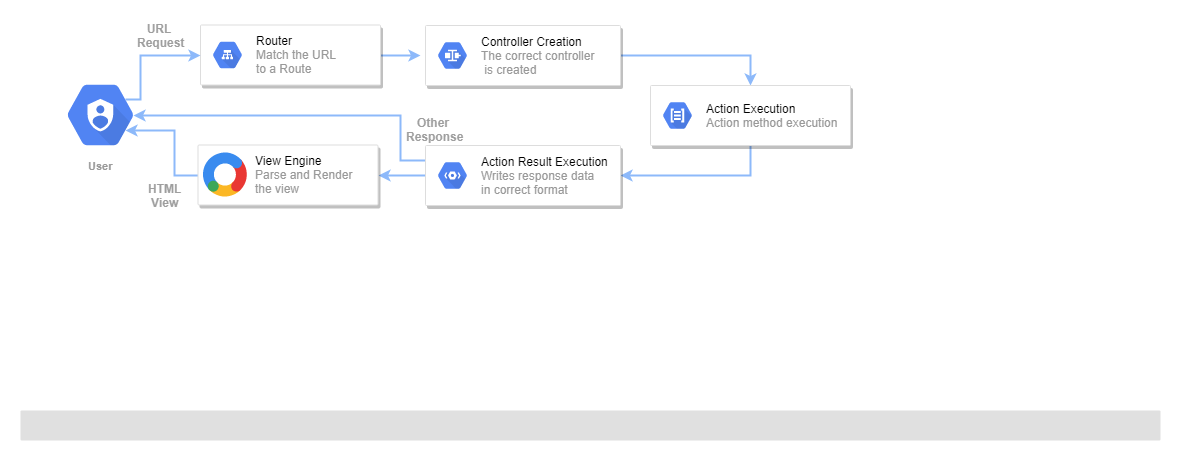
Earlier version of the draw.io export g5/Class 2/img/class21.png (sedc-codecademy/sedc7-08-aspnetmvc). Source tidied: cells renumbered, new cells last; positions are measured from the earlier drawing's top-left corner, leaving out a move shared by most shapes.
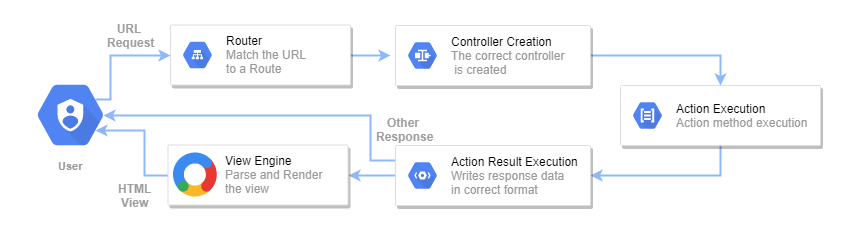
The same diagram one commit later.

The edit, as a diff of the source:
```diff
@@ -2,9 +2,6 @@
   <root>
     <mxCell id="0" />
     <mxCell id="1" parent="0" />
-    <mxCell id="2" style="rounded=1;absoluteArcSize=1;arcSize=2;html=1;strokeColor=none;gradientColor=none;shadow=0;dashed=0;strokeColor=none;fontSize=12;fontColor=#9E9E9E;align=left;verticalAlign=top;spacing=10;spacingTop=-4;fillColor=#E0E0E0;" parent="1" vertex="1">
-      <mxGeometry y="390" width="1140" height="30" as="geometry" />
-    </mxCell>
     <mxCell id="3" style="edgeStyle=orthogonalEdgeStyle;rounded=0;jettySize=auto;html=1;exitX=1;exitY=0.5;exitDx=0;exitDy=0;entryX=0.5;entryY=0;entryDx=0;entryDy=0;strokeColor=#8DB9FA;strokeWidth=2;" parent="1" edge="1" source="4" target="10">
       <mxGeometry relative="1" as="geometry" />
     </mxCell>
```
